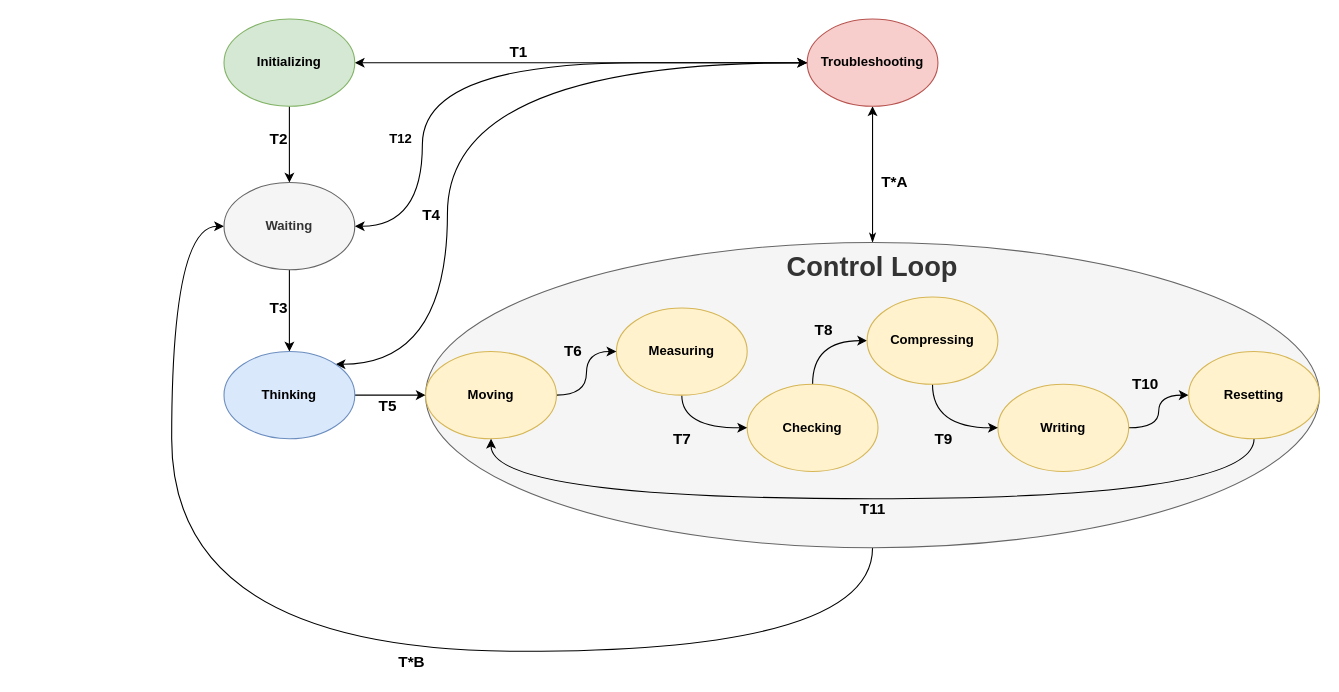
Earlier version of the draw.io diagram SPHEREx-Calibration-Automation/diagrams_and_presentations/StateMachineStateDiagram.drawio (samcondon4/SPHEREx-lab-tools). Source tidied: cells renumbered, new cells numbered last; positions are measured from the earlier drawing's top-left corner, leaving out a move shared by most shapes. Both pictures are drawn from the tidied source at 109%, with x=0, y=0 at pixel (171, 19).
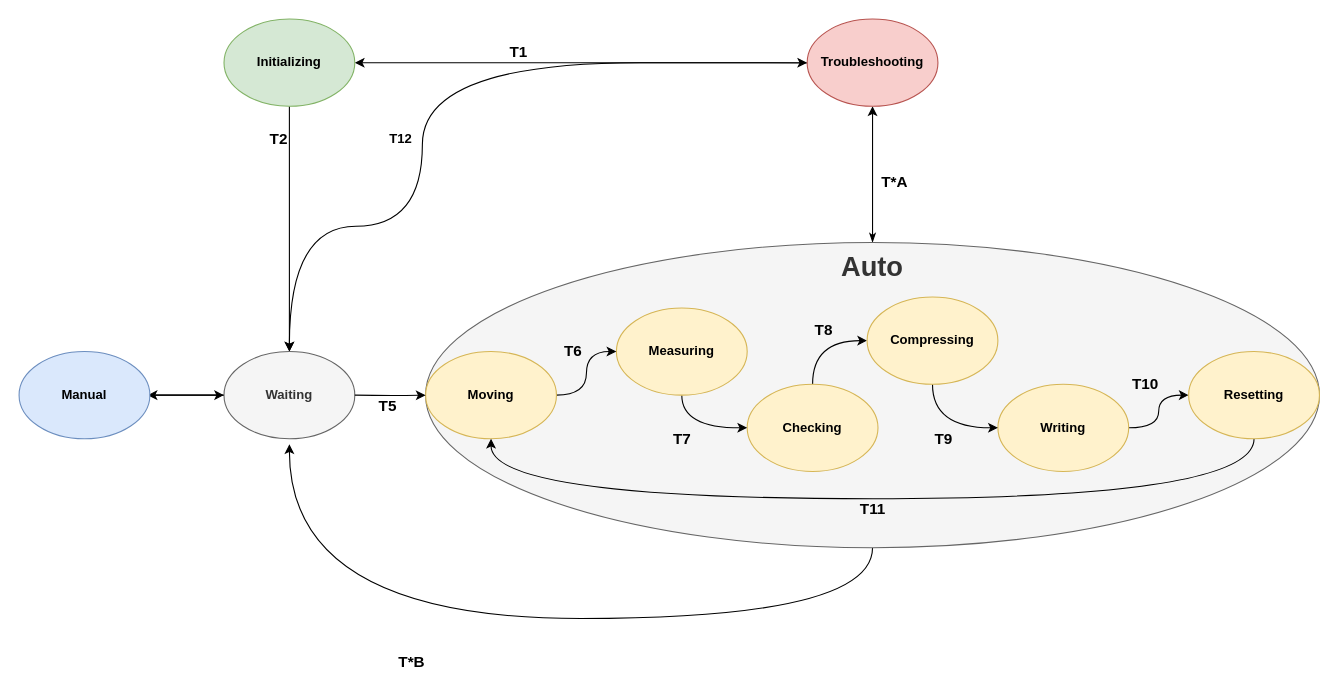
After the change.

The change refers to these unchanged cells:
```xml
<mxCell id="9" value="Troubleshooting" style="ellipse;whiteSpace=wrap;html=1;fontStyle=1;fillColor=#f8cecc;strokeColor=#b85450;" parent="1" vertex="1">
  <mxGeometry x="583" width="120" height="80" as="geometry" />
</mxCell>
<mxCell id="19" value="Moving" style="ellipse;whiteSpace=wrap;html=1;fontStyle=1;fillColor=#fff2cc;strokeColor=#d6b656;" parent="1" vertex="1">
  <mxGeometry x="233" y="305" width="120" height="80" as="geometry" />
</mxCell>
```

Change to the diagram source:
```diff
@@
-    <mxCell id="4" style="edgeStyle=orthogonalEdgeStyle;jettySize=auto;html=1;entryX=0;entryY=0.5;entryDx=0;entryDy=0;curved=1;" parent="1" edge="1" source="5" target="11">
+    <mxCell id="4" style="edgeStyle=orthogonalEdgeStyle;jettySize=auto;html=1;curved=1;entryX=0.5;entryY=1.063;entryDx=0;entryDy=0;entryPerimeter=0;" parent="1" edge="1" source="5" target="11">
       <mxGeometry relative="1" as="geometry">
         <Array as="points">
-          <mxPoint x="643" y="580" />
-          <mxPoint y="580" />
-          <mxPoint y="190" />
+          <mxPoint x="643" y="550" />
+          <mxPoint x="108" y="550" />
         </Array>
       </mxGeometry>
     </mxCell>
-    <mxCell id="5" value="Control Loop" style="ellipse;whiteSpace=wrap;html=1;fillColor=#f5f5f5;verticalAlign=top;fontStyle=1;fontSize=25;strokeColor=#666666;fontColor=#333333;" parent="1" vertex="1">
+    <mxCell id="5" value="Auto" style="ellipse;whiteSpace=wrap;html=1;fillColor=#f5f5f5;verticalAlign=top;fontStyle=1;fontSize=25;strokeColor=#666666;fontColor=#333333;" parent="1" vertex="1">
       <mxGeometry x="233" y="205" width="820" height="280" as="geometry" />
     </mxCell>
@@
-    <mxCell id="10" style="edgeStyle=orthogonalEdgeStyle;curved=1;jettySize=auto;html=1;" parent="1" edge="1" source="11" target="22">
-      <mxGeometry relative="1" as="geometry" />
-    </mxCell>
+    <mxCell id="41" style="edgeStyle=orthogonalEdgeStyle;rounded=0;jettySize=auto;html=1;entryX=0.983;entryY=0.5;entryDx=0;entryDy=0;entryPerimeter=0;" parent="1" edge="1" source="11" target="43">
+      <mxGeometry relative="1" as="geometry" />
+    </mxCell>
     <mxCell id="11" value="Waiting" style="ellipse;whiteSpace=wrap;html=1;fontStyle=1;fillColor=#f5f5f5;strokeColor=#666666;fontColor=#333333;" parent="1" vertex="1">
-      <mxGeometry x="48" y="150" width="120" height="80" as="geometry" />
+      <mxGeometry x="48" y="305" width="120" height="80" as="geometry" />
     </mxCell>
@@
-    <mxCell id="20" style="edgeStyle=orthogonalEdgeStyle;curved=1;jettySize=auto;html=1;entryX=0;entryY=0.5;entryDx=0;entryDy=0;" parent="1" edge="1" source="22" target="19">
-      <mxGeometry relative="1" as="geometry" />
+    <mxCell id="20" style="edgeStyle=orthogonalEdgeStyle;curved=1;jettySize=auto;html=1;entryX=0;entryY=0.5;entryDx=0;entryDy=0;" parent="1" edge="1" target="19">
+      <mxGeometry relative="1" as="geometry">
+        <mxPoint x="168" y="345" as="sourcePoint" />
+      </mxGeometry>
     </mxCell>
-    <mxCell id="21" style="edgeStyle=orthogonalEdgeStyle;curved=1;jettySize=auto;html=1;entryX=0;entryY=0.5;entryDx=0;entryDy=0;exitX=1;exitY=0;exitDx=0;exitDy=0;startArrow=classic;startFill=1;" parent="1" edge="1" source="22" target="9">
-      <mxGeometry relative="1" as="geometry">
-        <Array as="points">
-          <mxPoint x="253" y="317" />
-          <mxPoint x="253" y="40" />
-        </Array>
-      </mxGeometry>
-    </mxCell>
-    <mxCell id="22" value="Thinking" style="ellipse;whiteSpace=wrap;html=1;fontStyle=1;fillColor=#dae8fc;strokeColor=#6c8ebf;" parent="1" vertex="1">
-      <mxGeometry x="48" y="305" width="120" height="80" as="geometry" />
-    </mxCell>
@@
-    <mxCell id="29" value="T3" style="text;html=1;align=center;verticalAlign=middle;strokeColor=none;fontStyle=1;fontSize=14;" parent="1" vertex="1">
-      <mxGeometry x="83" y="255" width="30" height="20" as="geometry" />
-    </mxCell>
-    <mxCell id="30" value="T4" style="text;html=1;align=center;verticalAlign=middle;strokeColor=none;fontStyle=1;fontSize=14;" parent="1" vertex="1">
-      <mxGeometry x="223" y="170" width="30" height="20" as="geometry" />
-    </mxCell>
@@
+    <mxCell id="42" style="edgeStyle=orthogonalEdgeStyle;rounded=0;jettySize=auto;html=1;" parent="1" edge="1" source="43" target="11">
+      <mxGeometry relative="1" as="geometry" />
+    </mxCell>
+    <mxCell id="43" value="&lt;b&gt;Manual&lt;/b&gt;" style="ellipse;whiteSpace=wrap;html=1;fillColor=#dae8fc;strokeColor=#6c8ebf;" parent="1" vertex="1">
+      <mxGeometry x="-140" y="305" width="120" height="80" as="geometry" />
+    </mxCell>
```
